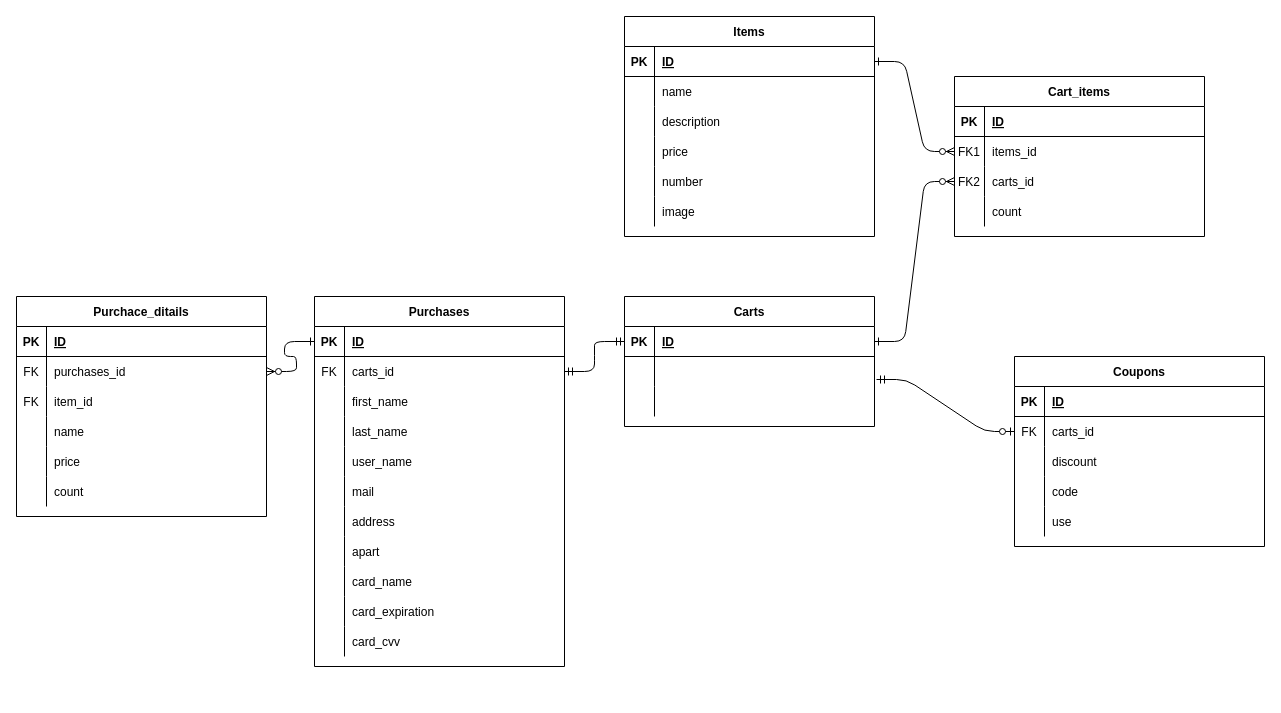
Earlier version of the draw.io diagram ECサイトER.drawio (hie3-336/rails_ec). Source tidied: cells renumbered, new cells numbered last; positions are measured from the earlier drawing's top-left corner, leaving out a move shared by most shapes. Both pictures are drawn from the tidied source at 100%, with x=0, y=0 at pixel (16, 16).
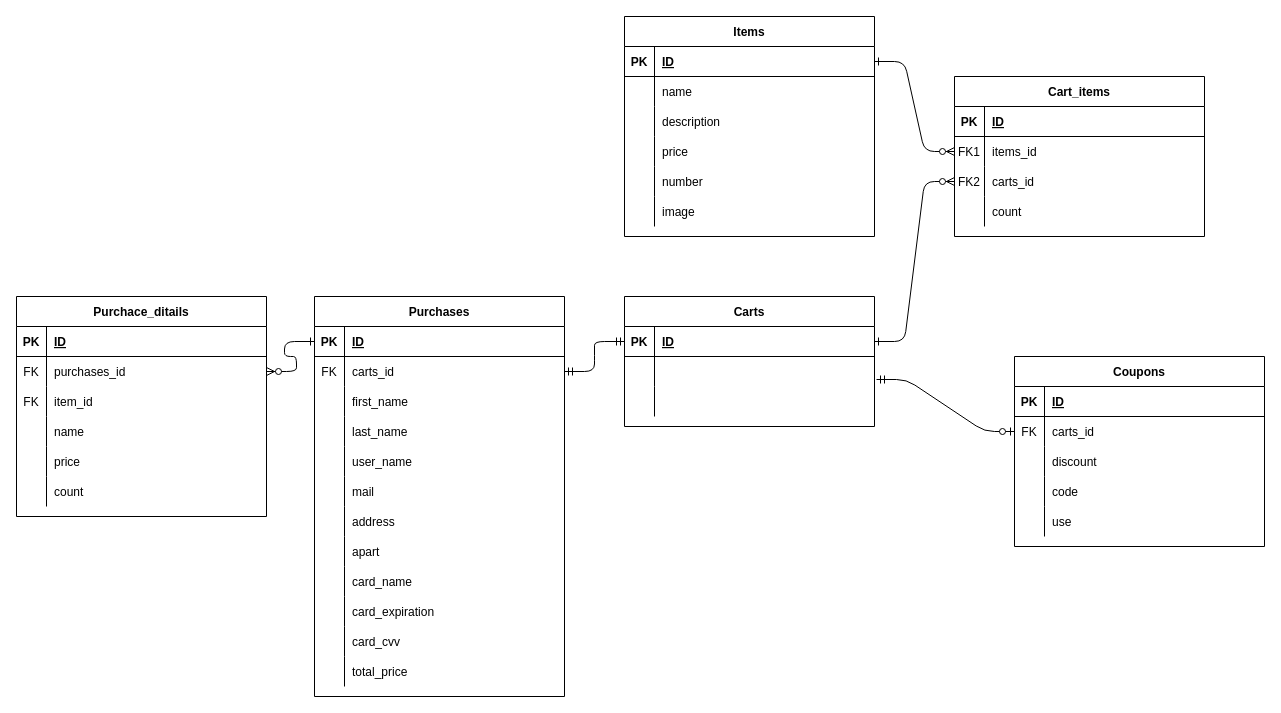
After the change.

Diff of the diagram source:
```diff
@@
     <mxCell id="46" value="Purchases" style="shape=table;startSize=30;childLayout=tableLayout;rowLines=0;fontStyle=1;align=center;" parent="1" vertex="1">
-      <mxGeometry x="298" y="280" width="250" height="370" as="geometry" />
+      <mxGeometry x="298" y="280" width="250" height="400" as="geometry" />
     </mxCell>
@@
+    <mxCell id="118" style="shape=partialRectangle;fillColor=none;top=0;left=0;right=0;bottom=0;" parent="46" vertex="1">
+      <mxGeometry y="360" width="250" height="30" as="geometry" />
+    </mxCell>
+    <mxCell id="119" style="shape=partialRectangle;overflow=hidden;fillColor=none;top=0;left=0;bottom=0;right=0;" parent="118" vertex="1">
+      <mxGeometry width="30" height="30" as="geometry" />
+    </mxCell>
+    <mxCell id="120" value="total_price" style="shape=partialRectangle;overflow=hidden;fillColor=none;top=0;left=0;bottom=0;right=0;align=left;spacingLeft=6;" parent="118" vertex="1">
+      <mxGeometry x="30" width="220" height="30" as="geometry" />
+    </mxCell>
```
